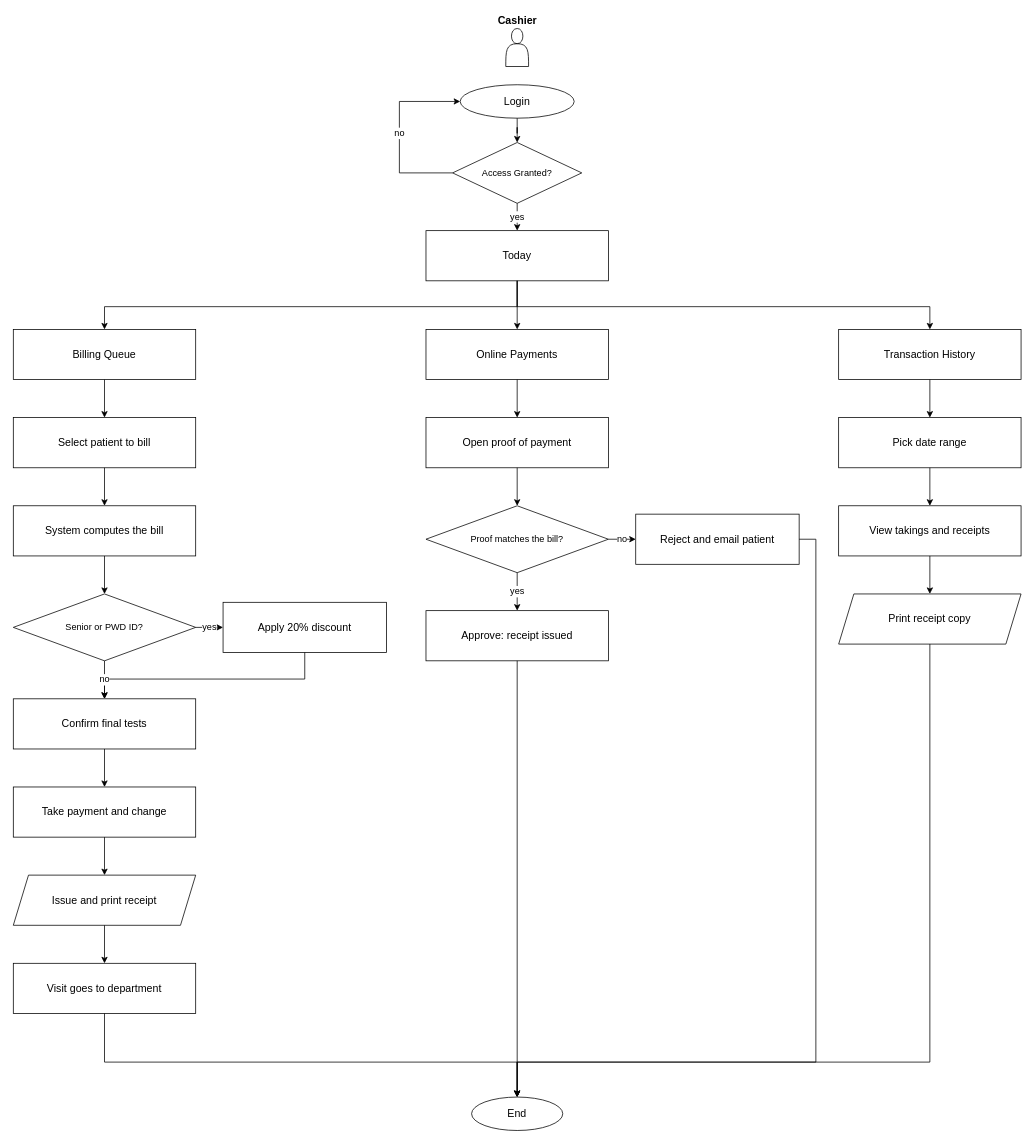
Diazzzz-cpu/Enlogada-Clinic-Management-System keeps this draw.io diagram as page "Cashier" (4 of 8) of docs/diagrams/flowcharts.drawio. Above is the earlier version. Source tidied: cells renumbered, new cells numbered last; positions are measured from the earlier drawing's top-left corner, leaving out a move shared by most shapes. Both pictures are drawn from the tidied source at 76%, with x=0, y=0 at pixel (13, 28).
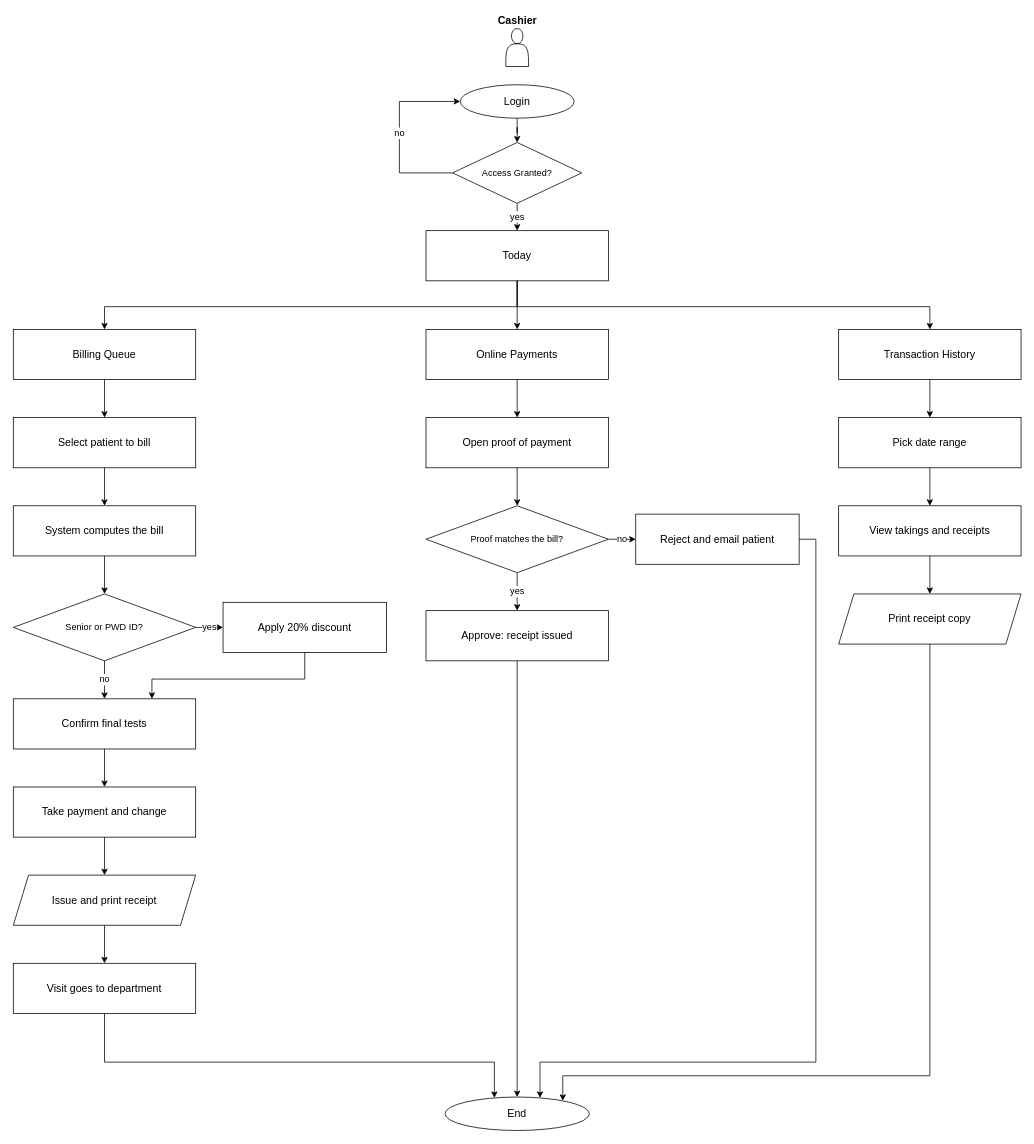
After the change.

Unchanged cells that the change refers to:
```xml
<mxCell id="13" value="Confirm final tests" style="rounded=0;whiteSpace=wrap;html=1;fontFamily=Helvetica;fontSize=14;fontColor=#000000;strokeColor=#000000;" parent="1" vertex="1">
  <mxGeometry y="882" width="240" height="66" as="geometry" />
</mxCell>
<mxCell id="16" value="Visit goes to department" style="rounded=0;whiteSpace=wrap;html=1;fontFamily=Helvetica;fontSize=14;fontColor=#000000;strokeColor=#000000;" parent="1" vertex="1">
  <mxGeometry y="1230" width="240" height="66" as="geometry" />
</mxCell>
<mxCell id="21" value="Apply 20% discount" style="rounded=0;whiteSpace=wrap;html=1;fontFamily=Helvetica;fontSize=14;fontColor=#000000;strokeColor=#000000;" parent="1" vertex="1">
  <mxGeometry x="276" y="755" width="215" height="66" as="geometry" />
</mxCell>
<mxCell id="31" value="Approve: receipt issued" style="rounded=0;whiteSpace=wrap;html=1;fontFamily=Helvetica;fontSize=14;fontColor=#000000;strokeColor=#000000;" parent="1" vertex="1">
  <mxGeometry x="543" y="766" width="240" height="66" as="geometry" />
</mxCell>
<mxCell id="35" value="Reject and email patient" style="rounded=0;whiteSpace=wrap;html=1;fontFamily=Helvetica;fontSize=14;fontColor=#000000;strokeColor=#000000;" parent="1" vertex="1">
  <mxGeometry x="819" y="639" width="215" height="66" as="geometry" />
</mxCell>
<mxCell id="41" value="Print receipt copy" style="shape=parallelogram;perimeter=parallelogramPerimeter;whiteSpace=wrap;html=1;fixedSize=1;fontFamily=Helvetica;fontSize=14;fontColor=#000000;strokeColor=#000000;" parent="1" vertex="1">
  <mxGeometry x="1086" y="744" width="240" height="66" as="geometry" />
</mxCell>
```

Diff of the diagram source:
```diff
@@
-    <mxCell id="23" style="edgeStyle=orthogonalEdgeStyle;rounded=0;html=1;jettySize=auto;fontFamily=Helvetica;fontSize=12;fontColor=#000000;strokeColor=#000000;exitX=0.5;exitY=1;exitDx=0;exitDy=0;entryX=0.5;entryY=0;entryDx=0;entryDy=0;" parent="1" edge="1" source="21" target="13">
+    <mxCell id="23" style="edgeStyle=orthogonalEdgeStyle;rounded=0;html=1;jettySize=auto;fontFamily=Helvetica;fontSize=12;fontColor=#000000;strokeColor=#000000;exitX=0.5;exitY=1;exitDx=0;exitDy=0;" parent="1" edge="1" source="21" target="13">
       <mxGeometry relative="1" as="geometry">
         <Array as="points">
           <mxPoint x="383.5" y="856" />
-          <mxPoint x="120" y="856" />
+          <mxPoint x="182.4" y="856" />
         </Array>
       </mxGeometry>
     </mxCell>
@@
     <mxCell id="46" value="End" style="ellipse;whiteSpace=wrap;html=1;fontFamily=Helvetica;fontSize=14;fontColor=#000000;strokeColor=#000000;" parent="1" vertex="1">
-      <mxGeometry x="603" y="1406" width="120" height="44" as="geometry" />
+      <mxGeometry x="568" y="1406" width="190" height="44" as="geometry" />
     </mxCell>
-    <mxCell id="47" style="edgeStyle=orthogonalEdgeStyle;rounded=0;html=1;jettySize=auto;fontFamily=Helvetica;fontSize=12;fontColor=#000000;strokeColor=#000000;exitX=0.5;exitY=1;exitDx=0;exitDy=0;" parent="1" edge="1" source="16" target="46">
+    <mxCell id="47" style="edgeStyle=orthogonalEdgeStyle;rounded=0;html=1;jettySize=auto;fontFamily=Helvetica;fontSize=12;fontColor=#000000;strokeColor=#000000;exitX=0.5;exitY=1;exitDx=0;exitDy=0;entryX=0.3421;entryY=0.0256;entryDx=0;entryDy=0;entryPerimeter=0;" parent="1" edge="1" source="16" target="46">
       <mxGeometry relative="1" as="geometry">
         <Array as="points">
           <mxPoint x="120" y="1360" />
+          <mxPoint x="633" y="1360" />
         </Array>
       </mxGeometry>
     </mxCell>
-    <mxCell id="48" style="edgeStyle=orthogonalEdgeStyle;rounded=0;html=1;jettySize=auto;fontFamily=Helvetica;fontSize=12;fontColor=#000000;strokeColor=#000000;exitX=0.5;exitY=1;exitDx=0;exitDy=0;" parent="1" edge="1" source="31" target="46">
+    <mxCell id="48" style="edgeStyle=orthogonalEdgeStyle;rounded=0;html=1;jettySize=auto;fontFamily=Helvetica;fontSize=12;fontColor=#000000;strokeColor=#000000;exitX=0.5;exitY=1;exitDx=0;exitDy=0;entryX=0.5000;entryY=0.0000;entryDx=0;entryDy=0;entryPerimeter=0;" parent="1" edge="1" source="31" target="46">
       <mxGeometry relative="1" as="geometry">
         <Array as="points">
           <mxPoint x="663" y="1360" />
         </Array>
       </mxGeometry>
     </mxCell>
-    <mxCell id="49" style="edgeStyle=orthogonalEdgeStyle;rounded=0;html=1;jettySize=auto;fontFamily=Helvetica;fontSize=12;fontColor=#000000;strokeColor=#000000;exitX=0.5;exitY=1;exitDx=0;exitDy=0;" parent="1" edge="1" source="41" target="46">
+    <mxCell id="49" style="edgeStyle=orthogonalEdgeStyle;rounded=0;html=1;jettySize=auto;fontFamily=Helvetica;fontSize=12;fontColor=#000000;strokeColor=#000000;exitX=1;exitY=0.5;exitDx=0;exitDy=0;entryX=0.6579;entryY=0.0256;entryDx=0;entryDy=0;entryPerimeter=0;" parent="1" edge="1" source="35" target="46">
       <mxGeometry relative="1" as="geometry">
         <Array as="points">
-          <mxPoint x="1206" y="1360" />
+          <mxPoint x="1056" y="672" />
+          <mxPoint x="1056" y="1360" />
+          <mxPoint x="693" y="1360" />
         </Array>
       </mxGeometry>
     </mxCell>
-    <mxCell id="50" style="edgeStyle=orthogonalEdgeStyle;rounded=0;html=1;jettySize=auto;fontFamily=Helvetica;fontSize=12;fontColor=#000000;strokeColor=#000000;exitX=1;exitY=0.5;exitDx=0;exitDy=0;" parent="1" edge="1" source="35" target="46">
+    <mxCell id="50" style="edgeStyle=orthogonalEdgeStyle;rounded=0;html=1;jettySize=auto;fontFamily=Helvetica;fontSize=12;fontColor=#000000;strokeColor=#000000;exitX=0.5;exitY=1;exitDx=0;exitDy=0;entryX=0.8158;entryY=0.1123;entryDx=0;entryDy=0;entryPerimeter=0;" parent="1" edge="1" source="41" target="46">
       <mxGeometry relative="1" as="geometry">
         <Array as="points">
-          <mxPoint x="1056" y="672" />
-          <mxPoint x="1056" y="1360" />
+          <mxPoint x="1206" y="1378" />
+          <mxPoint x="723" y="1378" />
         </Array>
       </mxGeometry>
     </mxCell>
```
